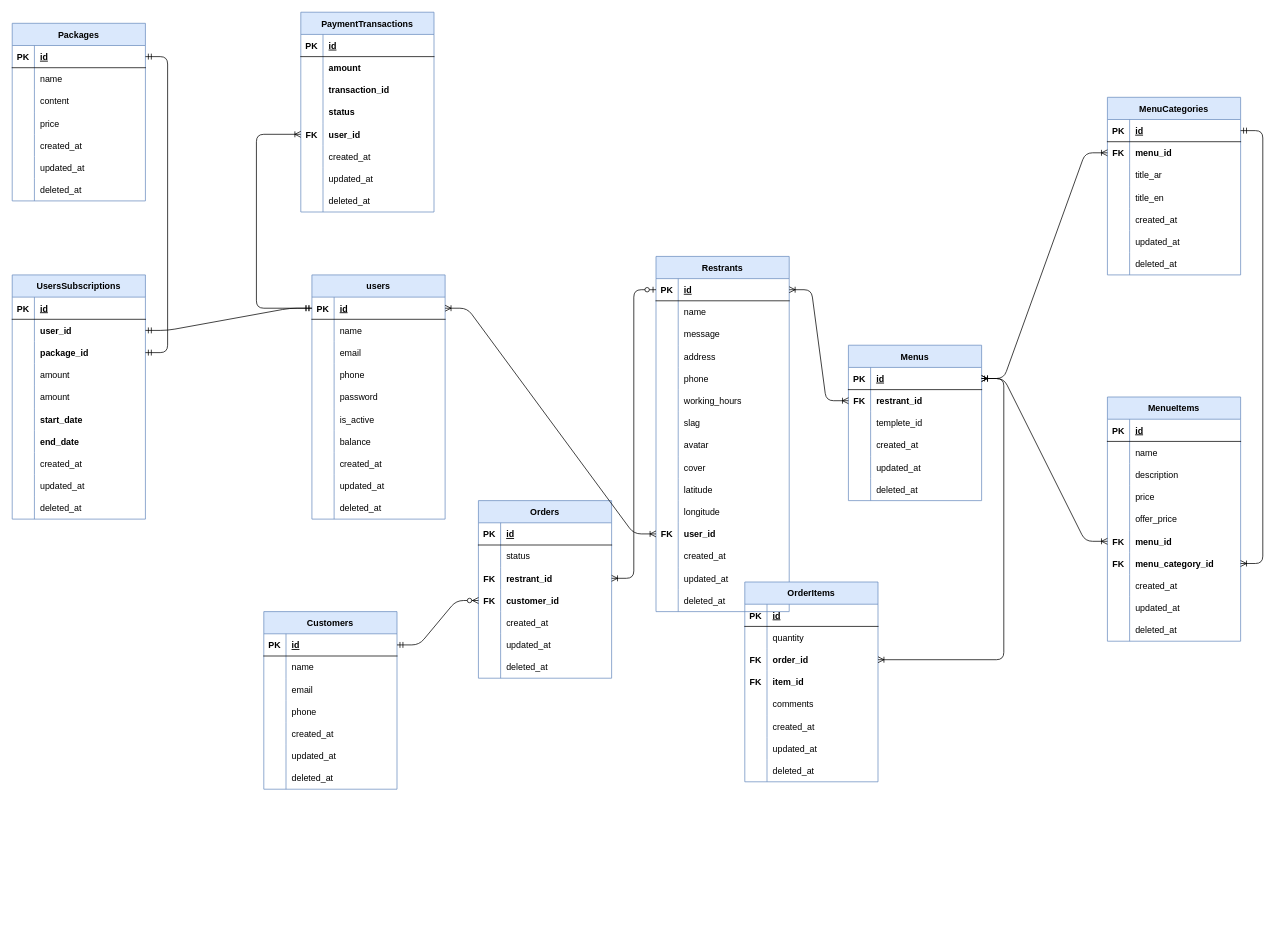
Earlier version of the draw.io diagram database.drawio (zchacker/resMenu). Source tidied: cells renumbered, new cells numbered last; positions are measured from the earlier drawing's top-left corner, leaving out a move shared by most shapes. Both pictures are drawn from the tidied source at 74%, with x=0, y=0 at pixel (12, 12).
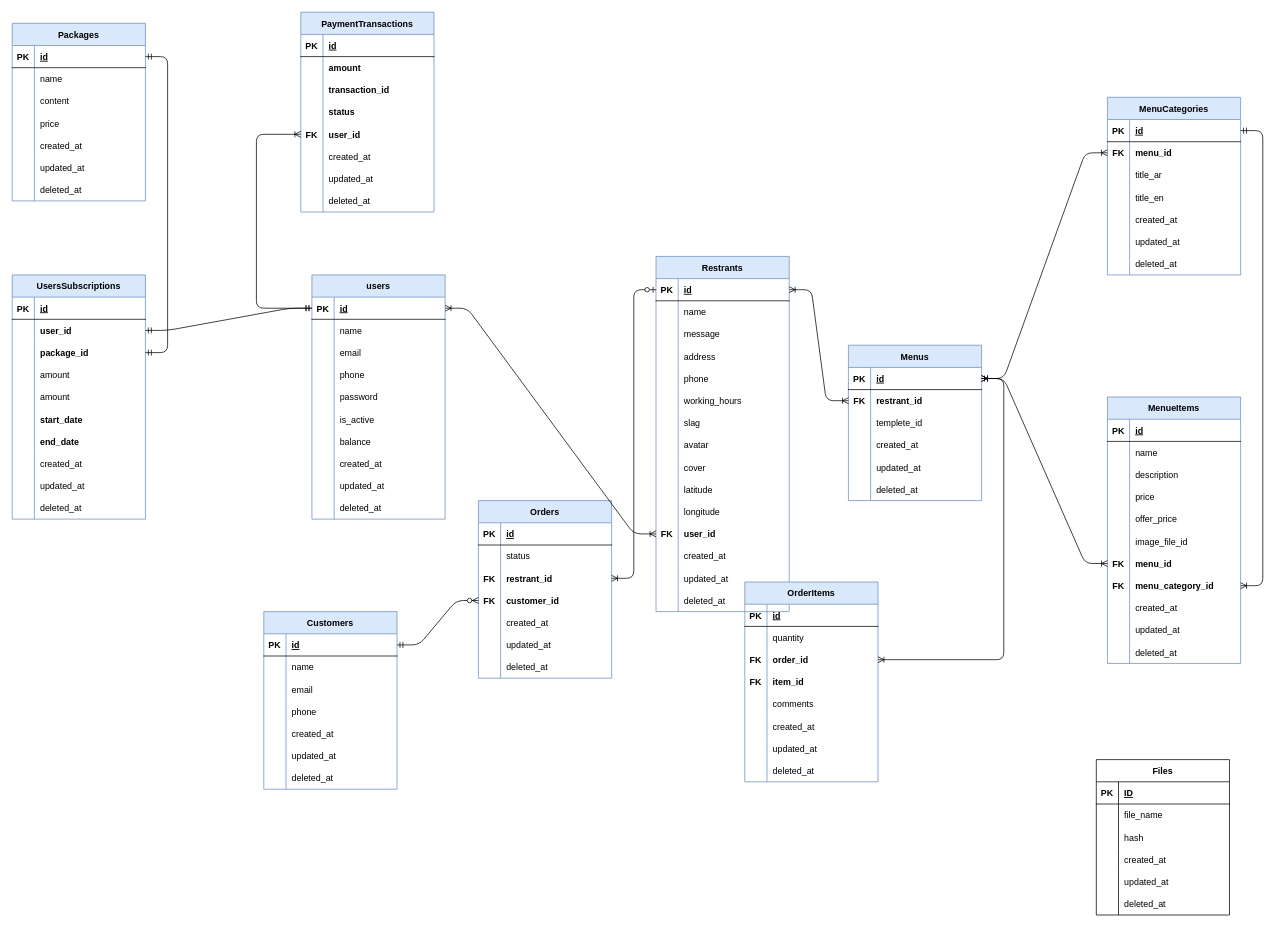
The same diagram, later.

Change to the diagram source:
```diff
@@
     <mxCell id="142" value="MenueItems" style="shape=table;startSize=30;childLayout=tableLayout;rowLines=0;fontStyle=1;align=center;fillColor=#dae8fc;strokeColor=#6c8ebf;" parent="1" vertex="1">
-      <mxGeometry x="1480" y="520" width="180" height="330" as="geometry" />
+      <mxGeometry x="1480" y="520" width="180" height="360" as="geometry" />
     </mxCell>
@@
+    <mxCell id="309" style="shape=partialRectangle;fillColor=none;top=0;left=0;bottom=0;right=0;" parent="142" vertex="1">
+      <mxGeometry y="180" width="180" height="30" as="geometry" />
+    </mxCell>
+    <mxCell id="310" style="shape=partialRectangle;fillColor=none;top=0;left=0;bottom=0;right=0;overflow=hidden;" parent="309" vertex="1">
+      <mxGeometry width="30" height="30" as="geometry" />
+    </mxCell>
+    <mxCell id="311" value="image_file_id" style="shape=partialRectangle;fillColor=none;top=0;left=0;bottom=0;right=0;align=left;spacingLeft=6;overflow=hidden;" parent="309" vertex="1">
+      <mxGeometry x="30" width="150" height="30" as="geometry" />
+    </mxCell>
     <mxCell id="158" style="shape=partialRectangle;fillColor=none;top=0;left=0;bottom=0;right=0;points=[[0,0.5],[1,0.5]];portConstraint=eastwest;" parent="142" vertex="1">
-      <mxGeometry y="180" width="180" height="30" as="geometry" />
+      <mxGeometry y="210" width="180" height="30" as="geometry" />
     </mxCell>
@@
     <mxCell id="161" style="shape=partialRectangle;fillColor=none;top=0;left=0;bottom=0;right=0;points=[[0,0.5],[1,0.5]];portConstraint=eastwest;" parent="142" vertex="1">
-      <mxGeometry y="210" width="180" height="30" as="geometry" />
+      <mxGeometry y="240" width="180" height="30" as="geometry" />
     </mxCell>
@@
     <mxCell id="164" style="shape=partialRectangle;fillColor=none;top=0;left=0;bottom=0;right=0;" parent="142" vertex="1">
-      <mxGeometry y="240" width="180" height="30" as="geometry" />
+      <mxGeometry y="270" width="180" height="30" as="geometry" />
     </mxCell>
@@
     <mxCell id="167" style="shape=partialRectangle;fillColor=none;top=0;left=0;bottom=0;right=0;" parent="142" vertex="1">
-      <mxGeometry y="270" width="180" height="30" as="geometry" />
+      <mxGeometry y="300" width="180" height="30" as="geometry" />
     </mxCell>
@@
     <mxCell id="170" style="shape=partialRectangle;fillColor=none;top=0;left=0;bottom=0;right=0;" parent="142" vertex="1">
-      <mxGeometry y="300" width="180" height="30" as="geometry" />
+      <mxGeometry y="330" width="180" height="30" as="geometry" />
     </mxCell>
@@
+    <mxCell id="312" value="Files" style="shape=table;startSize=30;childLayout=tableLayout;rowLines=0;fontStyle=1;align=center;" parent="1" vertex="1">
+      <mxGeometry x="1465" y="1010" width="180" height="210" as="geometry" />
+    </mxCell>
+    <mxCell id="313" style="shape=partialRectangle;fillColor=none;top=0;left=0;bottom=1;right=0;" parent="312" vertex="1">
+      <mxGeometry y="30" width="180" height="30" as="geometry" />
+    </mxCell>
+    <mxCell id="314" value="PK" style="shape=partialRectangle;fillColor=none;top=0;left=0;bottom=0;right=0;fontStyle=1;overflow=hidden;" parent="313" vertex="1">
+      <mxGeometry width="30" height="30" as="geometry" />
+    </mxCell>
+    <mxCell id="315" value="ID" style="shape=partialRectangle;fillColor=none;top=0;left=0;bottom=0;right=0;align=left;spacingLeft=6;fontStyle=5;overflow=hidden;" parent="313" vertex="1">
+      <mxGeometry x="30" width="150" height="30" as="geometry" />
+    </mxCell>
+    <mxCell id="316" style="shape=partialRectangle;fillColor=none;top=0;left=0;bottom=0;right=0;" parent="312" vertex="1">
+      <mxGeometry y="60" width="180" height="30" as="geometry" />
+    </mxCell>
+    <mxCell id="317" style="shape=partialRectangle;fillColor=none;top=0;left=0;bottom=0;right=0;overflow=hidden;" parent="316" vertex="1">
+      <mxGeometry width="30" height="30" as="geometry" />
+    </mxCell>
+    <mxCell id="318" value="file_name " style="shape=partialRectangle;fillColor=none;top=0;left=0;bottom=0;right=0;align=left;spacingLeft=6;overflow=hidden;fontStyle=0;" parent="316" vertex="1">
+      <mxGeometry x="30" width="150" height="30" as="geometry" />
+    </mxCell>
+    <mxCell id="319" style="shape=partialRectangle;fillColor=none;top=0;left=0;bottom=0;right=0;" parent="312" vertex="1">
+      <mxGeometry y="90" width="180" height="30" as="geometry" />
+    </mxCell>
+    <mxCell id="320" style="shape=partialRectangle;fillColor=none;top=0;left=0;bottom=0;right=0;overflow=hidden;" parent="319" vertex="1">
+      <mxGeometry width="30" height="30" as="geometry" />
+    </mxCell>
+    <mxCell id="321" value="hash" style="shape=partialRectangle;fillColor=none;top=0;left=0;bottom=0;right=0;align=left;spacingLeft=6;overflow=hidden;fontStyle=0;" parent="319" vertex="1">
+      <mxGeometry x="30" width="150" height="30" as="geometry" />
+    </mxCell>
+    <mxCell id="322" style="shape=partialRectangle;fillColor=none;top=0;left=0;bottom=0;right=0;" parent="312" vertex="1">
+      <mxGeometry y="120" width="180" height="30" as="geometry" />
+    </mxCell>
+    <mxCell id="323" style="shape=partialRectangle;fillColor=none;top=0;left=0;bottom=0;right=0;overflow=hidden;" parent="322" vertex="1">
+      <mxGeometry width="30" height="30" as="geometry" />
+    </mxCell>
+    <mxCell id="324" value="created_at" style="shape=partialRectangle;fillColor=none;top=0;left=0;bottom=0;right=0;align=left;spacingLeft=6;overflow=hidden;" parent="322" vertex="1">
+      <mxGeometry x="30" width="150" height="30" as="geometry" />
+    </mxCell>
+    <mxCell id="325" style="shape=partialRectangle;fillColor=none;top=0;left=0;bottom=0;right=0;" parent="312" vertex="1">
+      <mxGeometry y="150" width="180" height="30" as="geometry" />
+    </mxCell>
+    <mxCell id="326" style="shape=partialRectangle;fillColor=none;top=0;left=0;bottom=0;right=0;overflow=hidden;" parent="325" vertex="1">
+      <mxGeometry width="30" height="30" as="geometry" />
+    </mxCell>
+    <mxCell id="327" value="updated_at" style="shape=partialRectangle;fillColor=none;top=0;left=0;bottom=0;right=0;align=left;spacingLeft=6;overflow=hidden;" parent="325" vertex="1">
+      <mxGeometry x="30" width="150" height="30" as="geometry" />
+    </mxCell>
+    <mxCell id="328" style="shape=partialRectangle;fillColor=none;top=0;left=0;bottom=0;right=0;" parent="312" vertex="1">
+      <mxGeometry y="180" width="180" height="30" as="geometry" />
+    </mxCell>
+    <mxCell id="329" style="shape=partialRectangle;fillColor=none;top=0;left=0;bottom=0;right=0;overflow=hidden;" parent="328" vertex="1">
+      <mxGeometry width="30" height="30" as="geometry" />
+    </mxCell>
+    <mxCell id="330" value="deleted_at" style="shape=partialRectangle;fillColor=none;top=0;left=0;bottom=0;right=0;align=left;spacingLeft=6;overflow=hidden;" parent="328" vertex="1">
+      <mxGeometry x="30" width="150" height="30" as="geometry" />
+    </mxCell>
```
